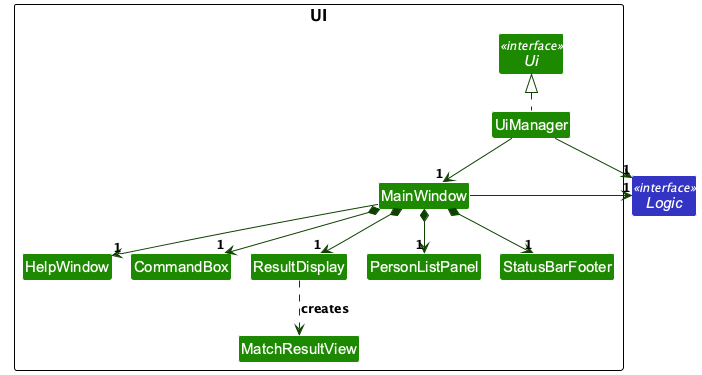
This is docs/images/UiClassDiagram.png from AY2627S1-CS2103T-W09-1/tp, a PlantUML export, as it was before one commit.
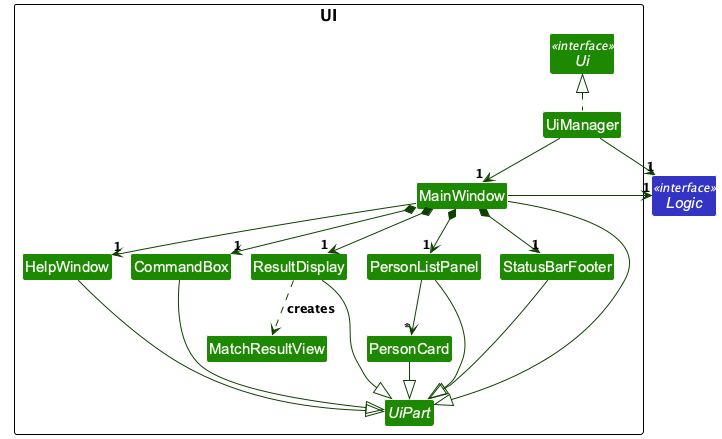
After the commit.

Commit message:
Show UiPart, PersonCard and ClientReference in the DG

What changed in the source:
```diff
@@ -4,7 +4,7 @@
 skinparam arrowColor UI_COLOR_T4
 skinparam classBackgroundColor UI_COLOR
 skinparam nodesep 45
-skinparam ranksep 55
+skinparam ranksep 70
 
 package UI as UiPackage {
 interface Ui <<interface>>
@@ -16,6 +16,8 @@
 class PersonListPanel
 class StatusBarFooter
 class MatchResultView
+class PersonCard
+abstract class UiPart
 }
 
 interface "Logic" as LogicApi <<interface>> LOGIC_COLOR
@@ -30,4 +32,17 @@
 MainWindow *-down-> "1" PersonListPanel
 MainWindow *-down-> "1" StatusBarFooter
 ResultDisplay .down.> MatchResultView : creates
+PersonListPanel -down-> "*" PersonCard
+MainWindow -down-|> UiPart
+HelpWindow -down-|> UiPart
+CommandBox -down-|> UiPart
+ResultDisplay -down-|> UiPart
+PersonListPanel -down-|> UiPart
+StatusBarFooter -down-|> UiPart
+PersonCard -down-|> UiPart
+HelpWindow -[hidden]right-> CommandBox
+CommandBox -[hidden]right-> ResultDisplay
+ResultDisplay -[hidden]right-> PersonListPanel
+PersonListPanel -[hidden]right-> StatusBarFooter
+MatchResultView -[hidden]right-> PersonCard
 @enduml
```
